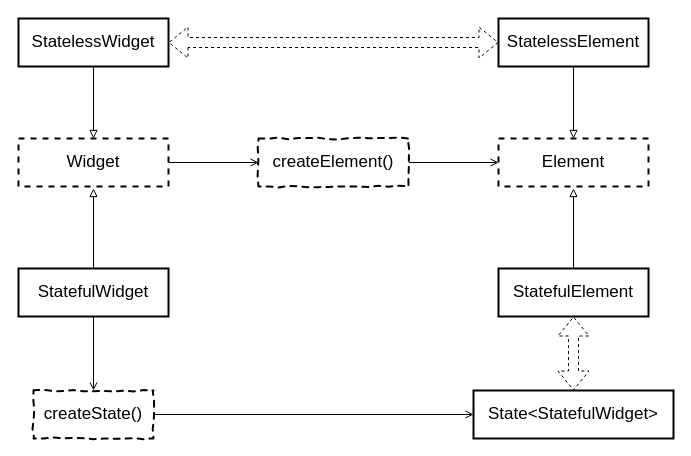
Above: flutter/WIdget.drawio in dovics/draw.io (draw.io), before the change. Source tidied: cells renumbered, new cells numbered last; positions are measured from the earlier drawing's top-left corner, leaving out a move shared by most shapes. Both pictures are drawn from the tidied source at 100%, with x=0, y=0 at pixel (18, 18).
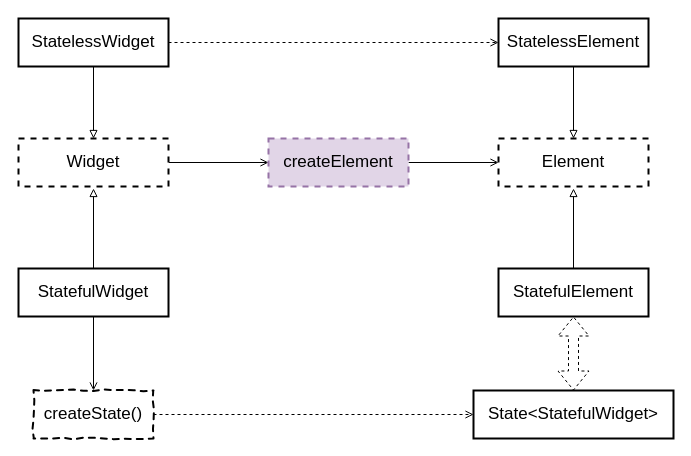
Above is the later version.

Unchanged cells that the change refers to:
```xml
<mxCell id="3" value="Widget" style="rounded=0;whiteSpace=wrap;html=1;strokeWidth=2;fontSize=17;glass=0;dashed=1;" parent="1" vertex="1">
  <mxGeometry y="120" width="150" height="48" as="geometry" />
</mxCell>
<mxCell id="6" value="StatelessWidget" style="rounded=0;whiteSpace=wrap;html=1;strokeWidth=2;fontSize=17;glass=0;" parent="1" vertex="1">
  <mxGeometry width="150" height="48" as="geometry" />
</mxCell>
<mxCell id="12" value="Element" style="rounded=0;whiteSpace=wrap;html=1;strokeWidth=2;fontSize=17;glass=0;comic=0;dashed=1;" parent="1" vertex="1">
  <mxGeometry x="480" y="120" width="150" height="48" as="geometry" />
</mxCell>
<mxCell id="14" value="StatelessElement" style="rounded=0;whiteSpace=wrap;html=1;strokeWidth=2;fontSize=17;glass=0;comic=0;" parent="1" vertex="1">
  <mxGeometry x="480" width="150" height="48" as="geometry" />
</mxCell>
<mxCell id="19" value="createState()" style="rounded=0;whiteSpace=wrap;html=1;strokeWidth=2;fontSize=17;glass=0;dashed=1;comic=1;" parent="1" vertex="1">
  <mxGeometry x="15" y="372" width="120" height="48" as="geometry" />
</mxCell>
<mxCell id="20" value="State&amp;lt;StatefulWidget&amp;gt;" style="rounded=0;whiteSpace=wrap;html=1;strokeWidth=2;fontSize=17;glass=0;comic=0;" parent="1" vertex="1">
  <mxGeometry x="455" y="372" width="200" height="48" as="geometry" />
</mxCell>
```

The edit, as a diff of the source:
```diff
@@
-    <mxCell id="2" style="edgeStyle=orthogonalEdgeStyle;rounded=0;jettySize=auto;html=1;exitX=1;exitY=0.5;exitDx=0;exitDy=0;entryX=0;entryY=0.5;entryDx=0;entryDy=0;endArrow=open;endFill=0;" parent="1" edge="1" source="3" target="11">
+    <mxCell id="2" style="edgeStyle=orthogonalEdgeStyle;rounded=0;jettySize=auto;html=1;exitX=1;exitY=0.5;exitDx=0;exitDy=0;entryX=0;entryY=0.5;entryDx=0;entryDy=0;endArrow=open;endFill=0;" parent="1" edge="1" source="3" target="21">
       <mxGeometry relative="1" as="geometry" />
     </mxCell>
@@
-    <mxCell id="5" style="edgeStyle=orthogonalEdgeStyle;shape=flexArrow;rounded=0;jettySize=auto;html=1;exitX=1;exitY=0.5;exitDx=0;exitDy=0;entryX=0;entryY=0.5;entryDx=0;entryDy=0;dashed=1;startArrow=block;endArrow=open;endFill=0;fontSize=15;" parent="1" edge="1" source="6" target="14">
+    <mxCell id="5" style="edgeStyle=orthogonalEdgeStyle;rounded=0;jettySize=auto;html=1;exitX=1;exitY=0.5;exitDx=0;exitDy=0;entryX=0;entryY=0.5;entryDx=0;entryDy=0;dashed=1;endArrow=open;endFill=0;" parent="1" edge="1" source="6" target="14">
       <mxGeometry relative="1" as="geometry" />
     </mxCell>
@@
-    <mxCell id="10" style="edgeStyle=orthogonalEdgeStyle;rounded=0;jettySize=auto;html=1;exitX=1;exitY=0.5;exitDx=0;exitDy=0;endArrow=open;endFill=0;" parent="1" edge="1" source="11" target="12">
+    <mxCell id="10" style="edgeStyle=orthogonalEdgeStyle;rounded=0;jettySize=auto;html=1;exitX=1;exitY=0.5;exitDx=0;exitDy=0;endArrow=open;endFill=0;" parent="1" edge="1" source="21" target="12">
       <mxGeometry relative="1" as="geometry" />
     </mxCell>
-    <mxCell id="11" value="createElement()" style="rounded=0;whiteSpace=wrap;html=1;strokeWidth=2;fontSize=17;glass=0;comic=1;dashed=1;" parent="1" vertex="1">
-      <mxGeometry x="240" y="120" width="150" height="48" as="geometry" />
-    </mxCell>
@@
-    <mxCell id="18" style="edgeStyle=orthogonalEdgeStyle;rounded=0;jettySize=auto;html=1;exitX=1;exitY=0.5;exitDx=0;exitDy=0;entryX=0;entryY=0.5;entryDx=0;entryDy=0;endArrow=open;endFill=0;fontSize=15;" parent="1" edge="1" source="19" target="20">
+    <mxCell id="18" style="edgeStyle=orthogonalEdgeStyle;rounded=0;jettySize=auto;html=1;exitX=1;exitY=0.5;exitDx=0;exitDy=0;entryX=0;entryY=0.5;entryDx=0;entryDy=0;endArrow=open;endFill=0;fontSize=15;dashed=1;" parent="1" edge="1" source="19" target="20">
       <mxGeometry relative="1" as="geometry" />
     </mxCell>
@@
+    <mxCell id="21" value="createElement" style="rounded=0;whiteSpace=wrap;html=1;fontSize=17;strokeWidth=2;dashed=1;fillColor=#e1d5e7;strokeColor=#9673a6;" parent="1" vertex="1">
+      <mxGeometry x="250" y="120" width="140" height="48" as="geometry" />
+    </mxCell>
```
